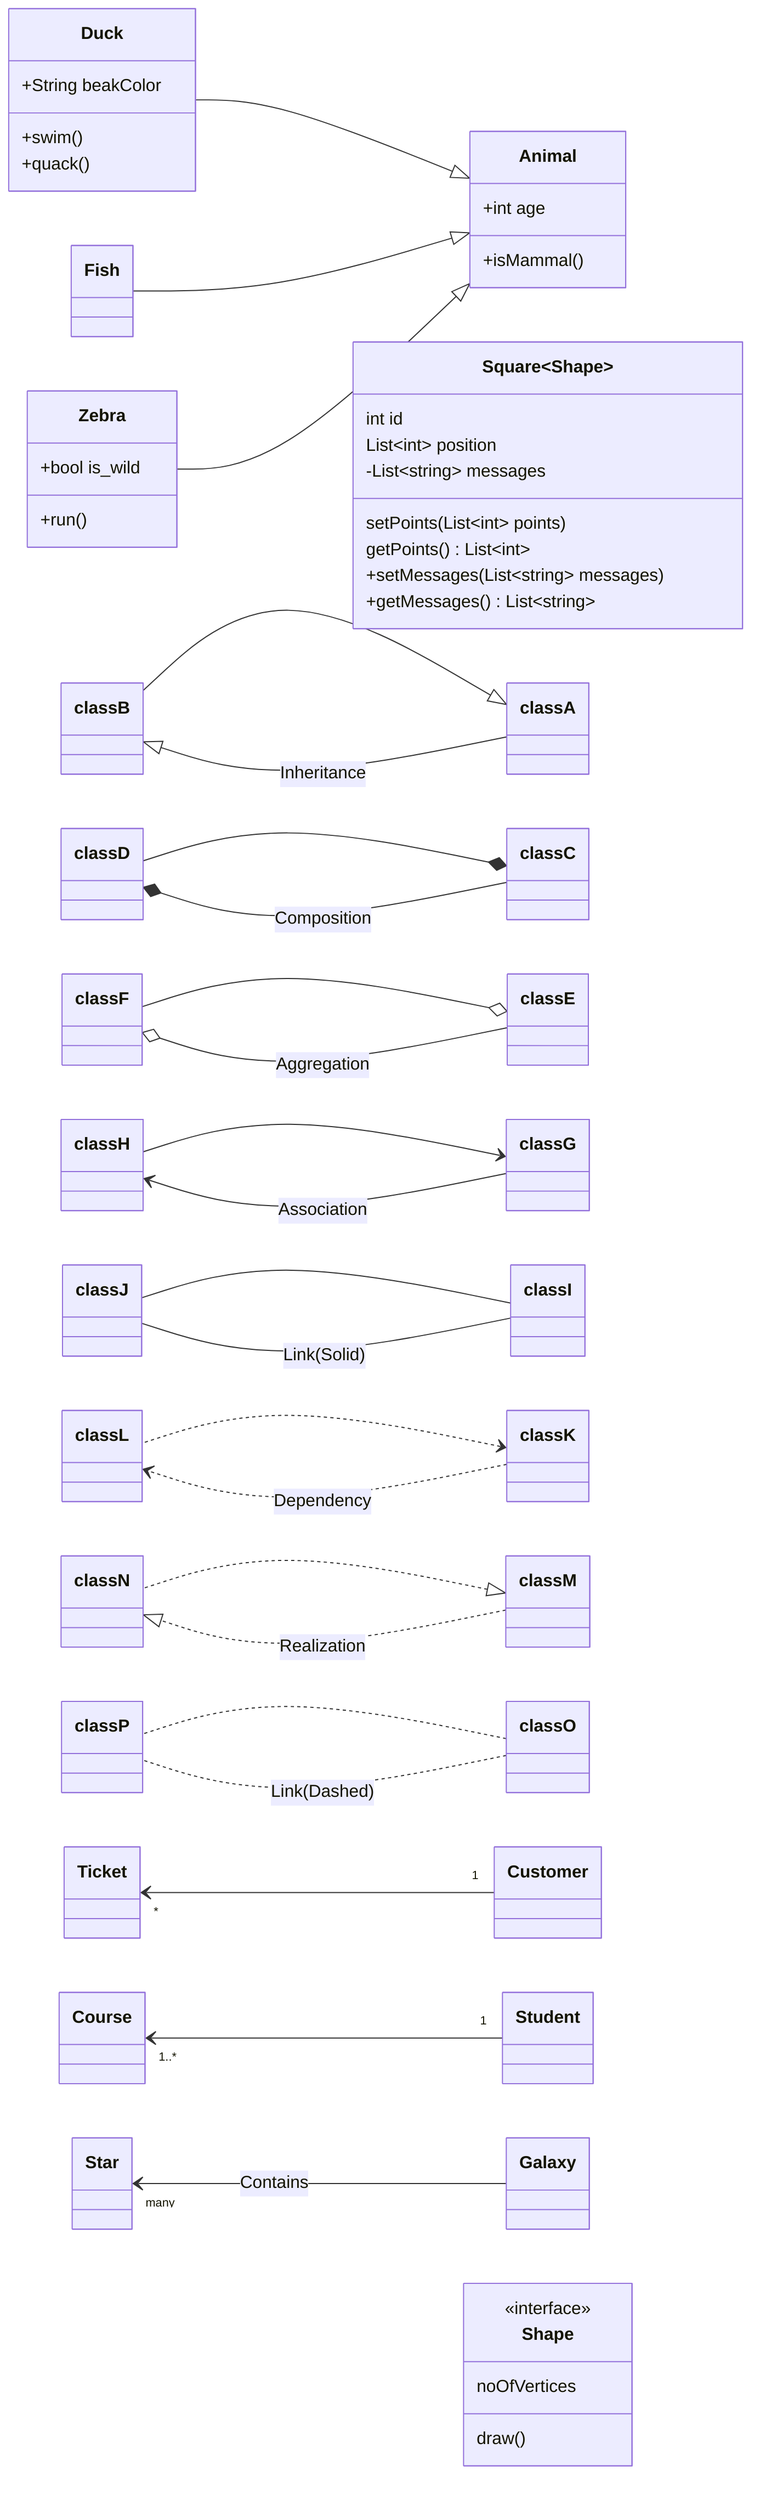
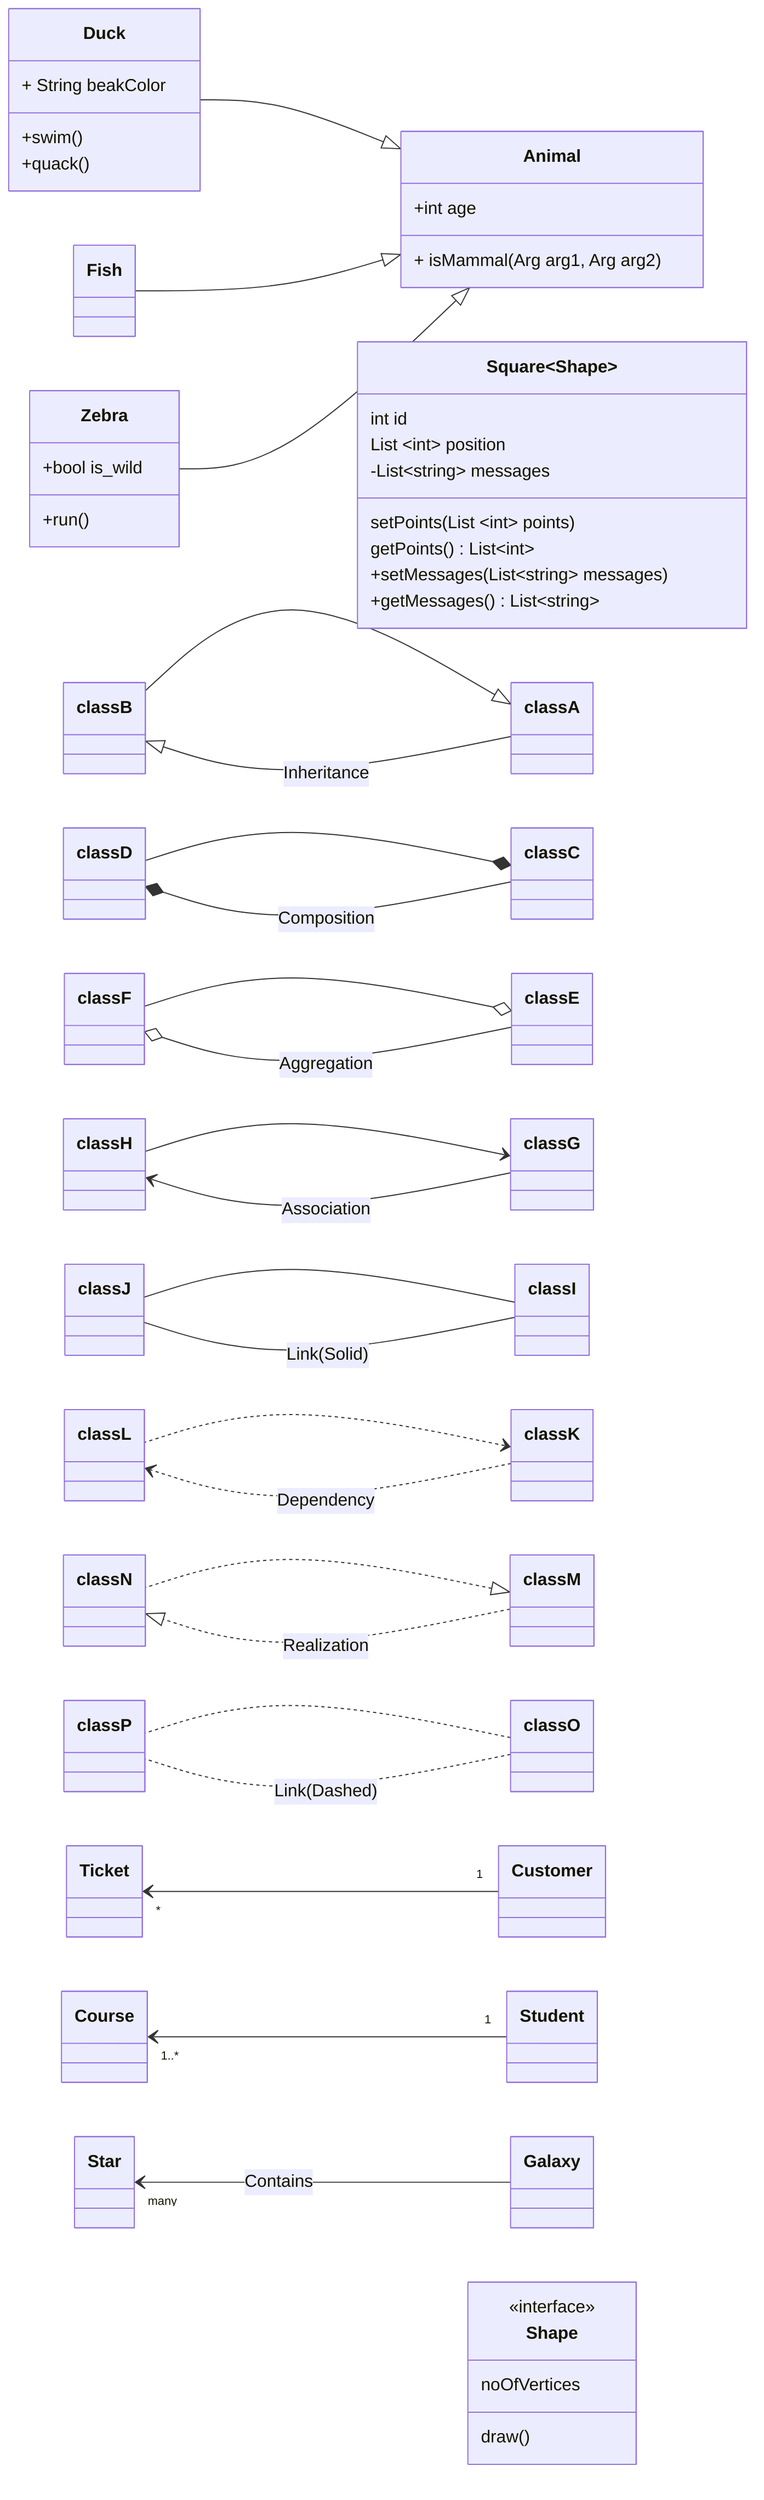
classDiagram
  direction RL
  class Animal
  Animal <|-- Duck
  Animal <|-- Fish
  Animal <|-- Zebra
  Animal: +int age
-   Animal: +isMammal()
+   Animal: + isMammal(Arg arg1, Arg arg2)
  class Duck {
-     +String beakColor
+     + String beakColor
    +swim()
    +quack()
  }
  class Zebra {
    +bool is_wild
    +run()
  }

-   class Square~Shape~ {
+   class Square ~Shape~ {
    int id
-     List~int~ position
-     setPoints(List~int~ points)
+     List ~int~ position
+     setPoints(List ~int~ points)
    getPoints() List~int~
  }

  Square: -List~string~ messages
  Square: +setMessages(List~string~ messages)
  Square: +getMessages() List~string~

  classA <|-- classB
  classC *-- classD
  classE o-- classF
  classG <-- classH
  classI -- classJ
  classK <.. classL
  classM <|.. classN
  classO .. classP

  classA --|> classB: Inheritance
  classC --* classD: Composition
  classE --o classF: Aggregation
  classG --> classH: Association
  classI -- classJ: Link(Solid)
  classK ..> classL: Dependency
  classM ..|> classN: Realization
  classO .. classP: Link(Dashed)

  Customer "1" --> "*" Ticket
  Student "1" --> "1..*" Course
  Galaxy --> "many" Star: Contains

  class Shape
  <<interface>> Shape
  class Shape {
    <<interface>>
    noOfVertices
    draw()
  }

  click className call callback() "tooltip"
  click className href "url" "tooltip"